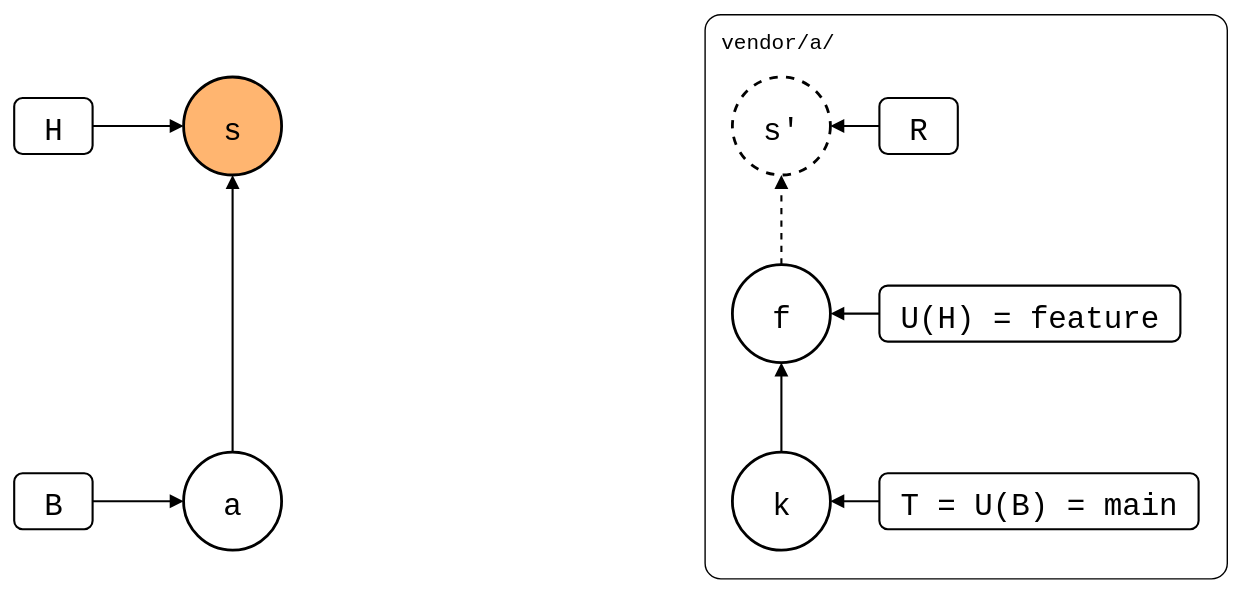
roschaefer/git-splice keeps this draw.io diagram as test/scenarios/03-branches-and-teamwork/03-squash-merged-pull/01-local-edit-in-the-squash/local-edit-in-the-squash.drawio.svg. Above is the earlier version. Source tidied: cells renumbered, new cells last; positions are measured from the earlier drawing's top-left corner, leaving out a move shared by most shapes.
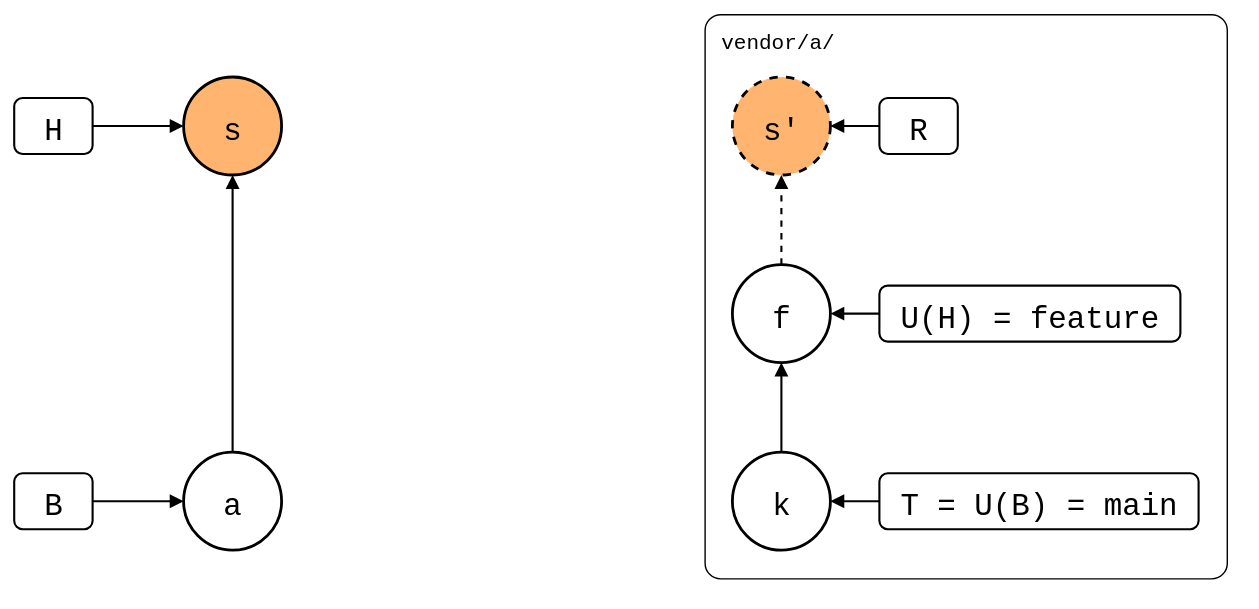
The same file after the commit.

What changed in the source:
```diff
@@ -17,7 +17,7 @@
     <mxCell id="6" value="f" style="ellipse;strokeWidth=2;fontSize=22;fontFamily=Roboto Mono,monospace;" parent="1" vertex="1">
       <mxGeometry x="513" y="179" width="70" height="70" as="geometry" />
     </mxCell>
-    <mxCell id="7" value="s'" style="ellipse;strokeWidth=2;fontSize=22;fontFamily=Roboto Mono,monospace;dashed=1;" parent="1" vertex="1">
+    <mxCell id="7" value="s'" style="ellipse;strokeWidth=2;fontSize=22;fontFamily=Roboto Mono,monospace;dashed=1;fillColor=#FFB570;" parent="1" vertex="1">
       <mxGeometry x="513" y="45" width="70" height="70" as="geometry" />
     </mxCell>
     <mxCell id="8" value="H" style="rounded=1;strokeWidth=1.5;fontSize=22;fontFamily=Roboto Mono,monospace;" parent="1" vertex="1">
```
